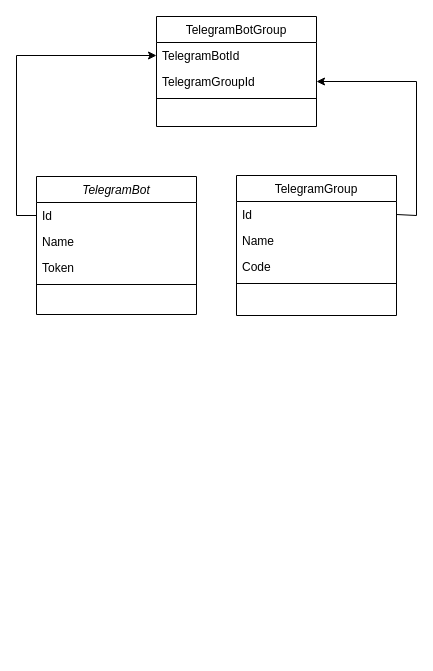
This is TelegramBotSender.drawio from lero4ka1095/CoreRepository, a draw.io file, before an edit. Source tidied: cells renumbered, new cells numbered last; positions are measured from the earlier drawing's top-left corner, leaving out a move shared by most shapes. Both pictures are drawn from the tidied source at 100%, with x=0, y=0 at pixel (16, 16).
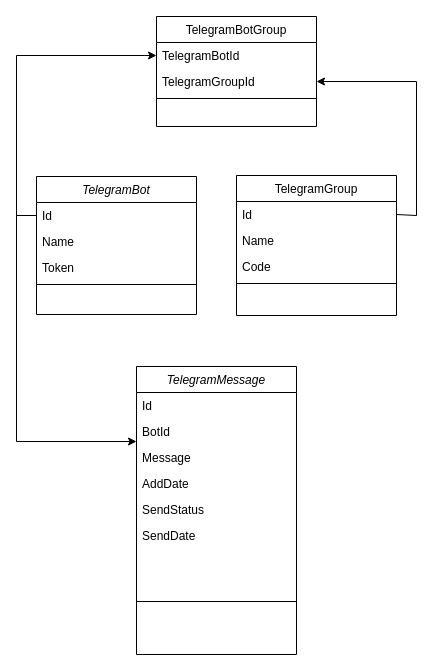
The same diagram, later.

The change refers to these unchanged cells:
```xml
<mxCell id="3" value="Id" style="text;align=left;verticalAlign=top;spacingLeft=4;spacingRight=4;overflow=hidden;points=[[0,0.5],[1,0.5]];portConstraint=eastwest;" parent="2" vertex="1">
  <mxGeometry y="26" width="160" height="26" as="geometry" />
</mxCell>
```

Diff of the diagram source:
```diff
@@
+    <mxCell id="18" value="TelegramMessage" style="swimlane;fontStyle=2;align=center;verticalAlign=top;horizontal=1;startSize=26;rounded=0;shadow=0;strokeWidth=1;" parent="1" vertex="1">
+      <mxGeometry x="120" y="350" width="160" height="288" as="geometry" />
+    </mxCell>
+    <mxCell id="19" value="Id" style="text;align=left;verticalAlign=top;spacingLeft=4;spacingRight=4;overflow=hidden;" parent="18" vertex="1">
+      <mxGeometry y="26" width="160" height="26" as="geometry" />
+    </mxCell>
+    <mxCell id="20" value="BotId" style="text;align=left;verticalAlign=top;spacingLeft=4;spacingRight=4;overflow=hidden;points=[[0,0.5],[1,0.5]];portConstraint=eastwest;rounded=0;shadow=0;html=0;" parent="18" vertex="1">
+      <mxGeometry y="52" width="160" height="26" as="geometry" />
+    </mxCell>
+    <mxCell id="21" value="Message" style="text;align=left;verticalAlign=top;spacingLeft=4;spacingRight=4;overflow=hidden;rounded=0;shadow=0;html=0;" parent="18" vertex="1">
+      <mxGeometry y="78" width="160" height="26" as="geometry" />
+    </mxCell>
+    <mxCell id="22" value="AddDate" style="text;align=left;verticalAlign=top;spacingLeft=4;spacingRight=4;overflow=hidden;rounded=0;shadow=0;html=0;" parent="18" vertex="1">
+      <mxGeometry y="104" width="160" height="26" as="geometry" />
+    </mxCell>
+    <mxCell id="23" value="SendStatus" style="text;align=left;verticalAlign=top;spacingLeft=4;spacingRight=4;overflow=hidden;rounded=0;shadow=0;html=0;" parent="18" vertex="1">
+      <mxGeometry y="130" width="160" height="26" as="geometry" />
+    </mxCell>
+    <mxCell id="24" value="SendDate" style="text;align=left;verticalAlign=top;spacingLeft=4;spacingRight=4;overflow=hidden;rounded=0;shadow=0;html=0;" parent="18" vertex="1">
+      <mxGeometry y="156" width="160" height="26" as="geometry" />
+    </mxCell>
+    <mxCell id="25" style="line;html=1;strokeWidth=1;align=left;verticalAlign=middle;spacingTop=-1;spacingLeft=3;spacingRight=3;labelPosition=right;" parent="18" vertex="1">
+      <mxGeometry y="182" width="160" height="106" as="geometry" />
+    </mxCell>
+    <mxCell id="26" style="edgeStyle=orthogonalEdgeStyle;rounded=0;jettySize=auto;html=1;" parent="1" edge="1" source="3" target="20">
+      <mxGeometry relative="1" as="geometry">
+        <Array as="points">
+          <mxPoint y="199" />
+          <mxPoint y="425" />
+        </Array>
+      </mxGeometry>
+    </mxCell>
```
